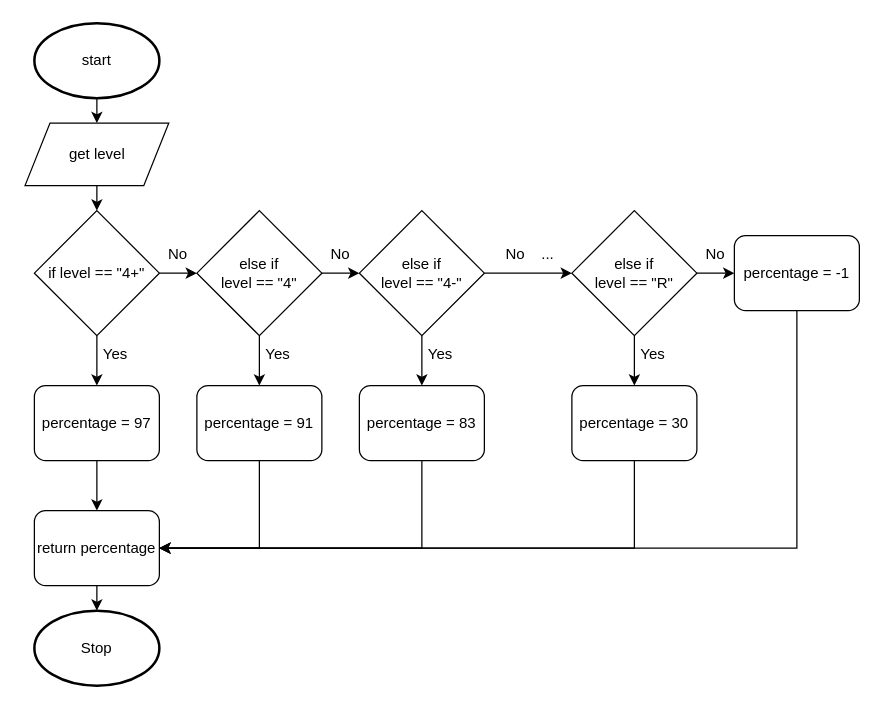
The draw.io diagram drawio/flowchart.drawio in Aidan-Lalonde-Novales/ICS3U-Unit5-03-Python, before the edit. Source tidied: cells renumbered, new cells numbered last; positions are measured from the earlier drawing's top-left corner, leaving out a move shared by most shapes. Both pictures are drawn from the tidied source at 125%, with x=0, y=0 at pixel (24, 22).
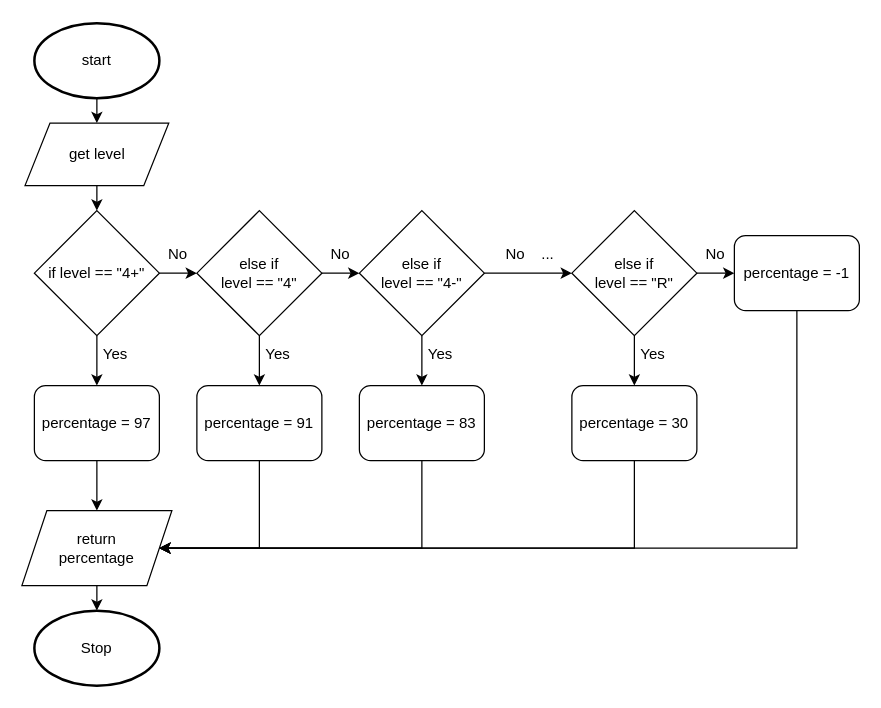
The same page after the edit.

The change refers to these unchanged cells:
```xml
<mxCell id="4" value="Stop" style="strokeWidth=2;html=1;shape=mxgraph.flowchart.start_1;whiteSpace=wrap;" parent="1" vertex="1">
  <mxGeometry x="8" y="470" width="100" height="60" as="geometry" />
</mxCell>
<mxCell id="18" value="percentage = 97" style="rounded=1;whiteSpace=wrap;html=1;" parent="1" vertex="1">
  <mxGeometry x="8" y="290" width="100" height="60" as="geometry" />
</mxCell>
<mxCell id="20" value="percentage = 91" style="rounded=1;whiteSpace=wrap;html=1;" parent="1" vertex="1">
  <mxGeometry x="138" y="290" width="100" height="60" as="geometry" />
</mxCell>
<mxCell id="24" value="percentage = 83" style="rounded=1;whiteSpace=wrap;html=1;" parent="1" vertex="1">
  <mxGeometry x="268" y="290" width="100" height="60" as="geometry" />
</mxCell>
<mxCell id="30" value="percentage = 30" style="rounded=1;whiteSpace=wrap;html=1;" parent="1" vertex="1">
  <mxGeometry x="438" y="290" width="100" height="60" as="geometry" />
</mxCell>
<mxCell id="36" value="percentage = -1" style="rounded=1;whiteSpace=wrap;html=1;" parent="1" vertex="1">
  <mxGeometry x="568" y="170" width="100" height="60" as="geometry" />
</mxCell>
```

Diff of the diagram source:
```diff
@@
-    <mxCell id="17" style="edgeStyle=none;html=1;exitX=0.5;exitY=1;exitDx=0;exitDy=0;entryX=0.5;entryY=0;entryDx=0;entryDy=0;" parent="1" edge="1" source="18" target="33">
-      <mxGeometry relative="1" as="geometry" />
+    <mxCell id="17" style="edgeStyle=none;html=1;exitX=0.5;exitY=1;exitDx=0;exitDy=0;entryX=0.5;entryY=0;entryDx=0;entryDy=0;" parent="1" edge="1" source="18">
+      <mxGeometry relative="1" as="geometry">
+        <mxPoint x="58" y="390" as="targetPoint" />
+      </mxGeometry>
     </mxCell>
@@
-    <mxCell id="19" style="edgeStyle=none;html=1;exitX=0.5;exitY=1;exitDx=0;exitDy=0;entryX=1;entryY=0.5;entryDx=0;entryDy=0;rounded=0;" parent="1" edge="1" source="20" target="33">
+    <mxCell id="19" style="edgeStyle=none;html=1;exitX=0.5;exitY=1;exitDx=0;exitDy=0;entryX=1;entryY=0.5;entryDx=0;entryDy=0;rounded=0;" parent="1" edge="1" source="20">
       <mxGeometry relative="1" as="geometry">
+        <mxPoint x="108" y="420" as="targetPoint" />
         <Array as="points">
           <mxPoint x="188" y="420" />
         </Array>
       </mxGeometry>
     </mxCell>
@@
-    <mxCell id="23" style="edgeStyle=none;rounded=0;html=1;exitX=0.5;exitY=1;exitDx=0;exitDy=0;" parent="1" edge="1" source="24">
-      <mxGeometry relative="1" as="geometry">
-        <mxPoint x="98" y="420" as="targetPoint" />
-        <Array as="points">
-          <mxPoint x="318" y="420" />
-        </Array>
-      </mxGeometry>
-    </mxCell>
+    <mxCell id="39" style="edgeStyle=none;html=1;exitX=0.5;exitY=1;exitDx=0;exitDy=0;entryX=1;entryY=0.5;entryDx=0;entryDy=0;rounded=0;" parent="1" edge="1" source="24" target="33">
+      <mxGeometry relative="1" as="geometry">
+        <Array as="points">
+          <mxPoint x="318" y="420" />
+        </Array>
+      </mxGeometry>
+    </mxCell>
@@
-    <mxCell id="29" style="edgeStyle=none;rounded=0;html=1;exitX=0.5;exitY=1;exitDx=0;exitDy=0;entryX=1;entryY=0.5;entryDx=0;entryDy=0;" parent="1" edge="1" source="30" target="33">
+    <mxCell id="29" style="edgeStyle=none;rounded=0;html=1;exitX=0.5;exitY=1;exitDx=0;exitDy=0;entryX=1;entryY=0.5;entryDx=0;entryDy=0;" parent="1" edge="1" source="30">
       <mxGeometry relative="1" as="geometry">
+        <mxPoint x="108" y="420" as="targetPoint" />
         <Array as="points">
           <mxPoint x="488" y="420" />
         </Array>
       </mxGeometry>
     </mxCell>
@@
-    <mxCell id="32" style="edgeStyle=none;html=1;exitX=0.5;exitY=1;exitDx=0;exitDy=0;entryX=0.5;entryY=0;entryDx=0;entryDy=0;entryPerimeter=0;" parent="1" edge="1" source="33" target="4">
-      <mxGeometry relative="1" as="geometry" />
+    <mxCell id="32" style="edgeStyle=none;html=1;exitX=0.5;exitY=1;exitDx=0;exitDy=0;entryX=0.5;entryY=0;entryDx=0;entryDy=0;entryPerimeter=0;" parent="1" edge="1" target="4">
+      <mxGeometry relative="1" as="geometry">
+        <mxPoint x="58" y="450" as="sourcePoint" />
+      </mxGeometry>
     </mxCell>
-    <mxCell id="33" value="return percentage" style="rounded=1;whiteSpace=wrap;html=1;" parent="1" vertex="1">
-      <mxGeometry x="8" y="390" width="100" height="60" as="geometry" />
-    </mxCell>
@@
-    <mxCell id="35" style="edgeStyle=none;rounded=0;html=1;exitX=0.5;exitY=1;exitDx=0;exitDy=0;entryX=1;entryY=0.5;entryDx=0;entryDy=0;" parent="1" edge="1" source="36" target="33">
+    <mxCell id="35" style="edgeStyle=none;rounded=0;html=1;exitX=0.5;exitY=1;exitDx=0;exitDy=0;entryX=1;entryY=0.5;entryDx=0;entryDy=0;" parent="1" edge="1" source="36">
       <mxGeometry relative="1" as="geometry">
+        <mxPoint x="108" y="420" as="targetPoint" />
         <Array as="points">
           <mxPoint x="618" y="420" />
         </Array>
       </mxGeometry>
     </mxCell>
@@
+    <mxCell id="33" value="return &lt;br&gt;percentage" style="shape=parallelogram;perimeter=parallelogramPerimeter;whiteSpace=wrap;html=1;fixedSize=1;" parent="1" vertex="1">
+      <mxGeometry x="-2" y="390" width="120" height="60" as="geometry" />
+    </mxCell>
```
